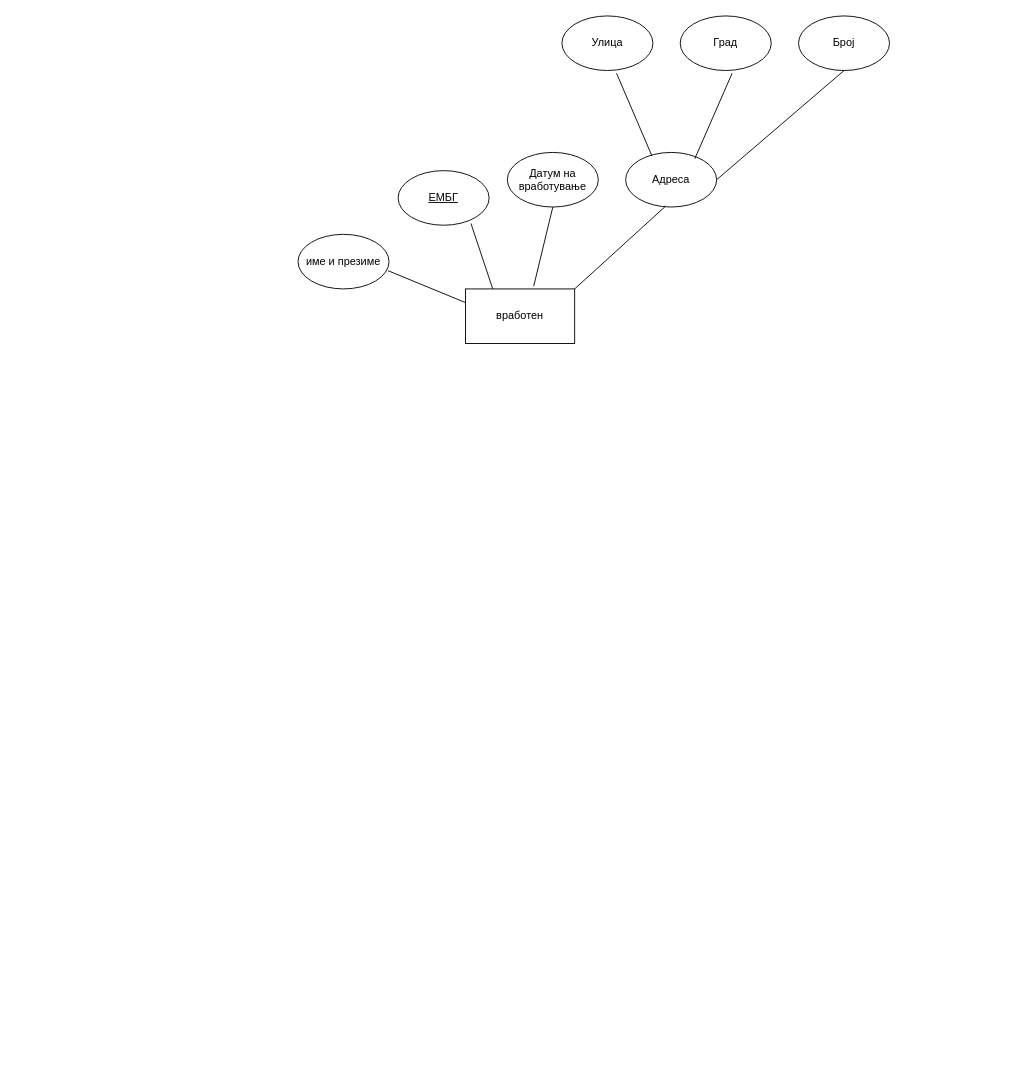
Before: aud2/potvrduvanje_utvrduvanje.drawio in davidhristov59/Databases, a draw.io diagram. Source tidied: cells renumbered, new cells numbered last; positions are measured from the earlier drawing's top-left corner, leaving out a move shared by most shapes. Both pictures are drawn from the tidied source at 91%, with x=0, y=0 at pixel (298, 15).
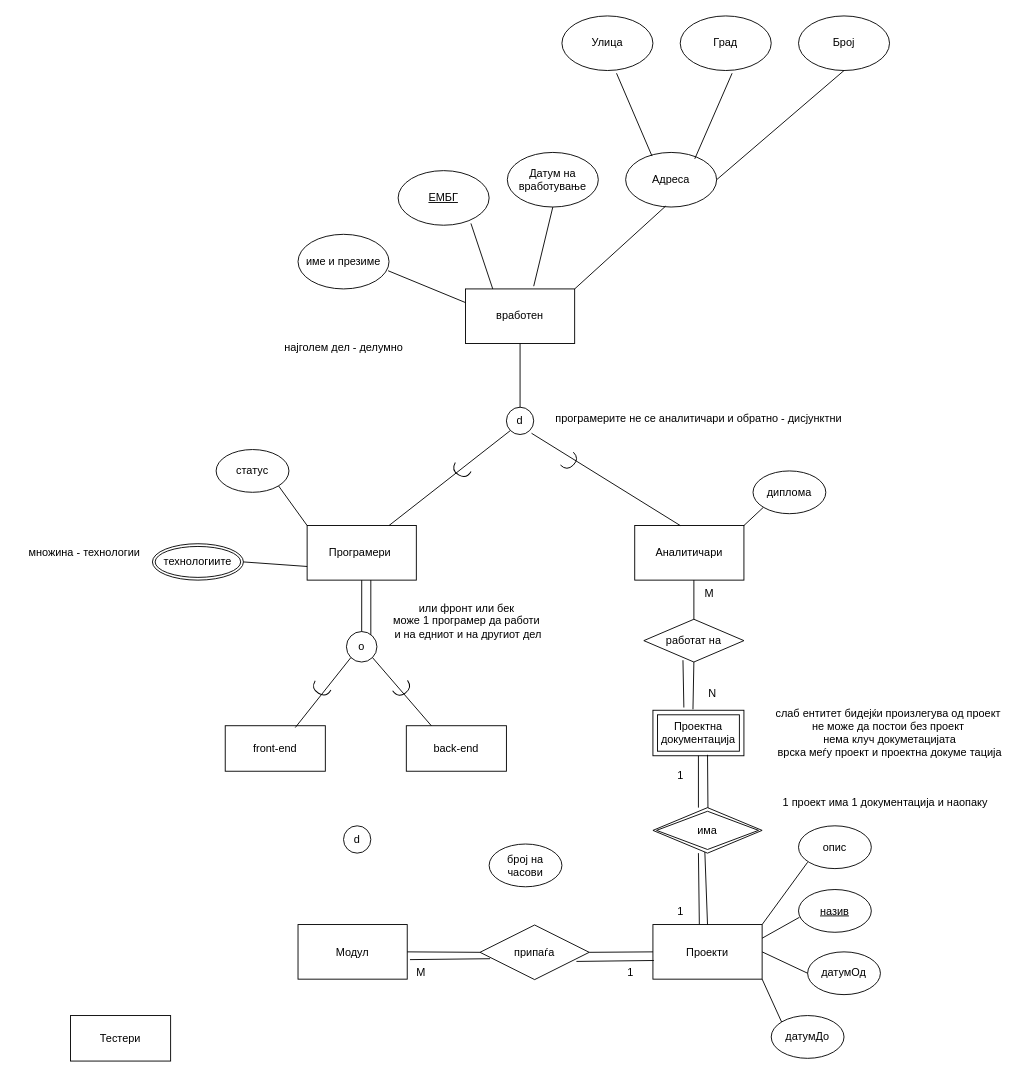
The same page after the edit.

The change refers to these unchanged cells:
```xml
<mxCell id="2" value="вработен" style="rounded=0;whiteSpace=wrap;html=1;" parent="1" vertex="1">
  <mxGeometry x="184" y="300" width="120" height="60" as="geometry" />
</mxCell>
```

The edit, as a diff of the source:
```diff
@@
+    <mxCell id="17" value="Програмери&amp;nbsp;" style="rounded=0;whiteSpace=wrap;html=1;" parent="1" vertex="1">
+      <mxGeometry x="10" y="560" width="120" height="60" as="geometry" />
+    </mxCell>
+    <mxCell id="18" value="Аналитичари" style="rounded=0;whiteSpace=wrap;html=1;" parent="1" vertex="1">
+      <mxGeometry x="370" y="560" width="120" height="60" as="geometry" />
+    </mxCell>
+    <mxCell id="19" value="d" style="ellipse;whiteSpace=wrap;html=1;" parent="1" vertex="1">
+      <mxGeometry x="229" y="430" width="30" height="30" as="geometry" />
+    </mxCell>
+    <mxCell id="20" value="Проекти" style="rounded=0;whiteSpace=wrap;html=1;" parent="1" vertex="1">
+      <mxGeometry x="390" y="998.5" width="120" height="60" as="geometry" />
+    </mxCell>
+    <mxCell id="21" value="најголем дел - делумно" style="text;html=1;align=center;verticalAlign=middle;strokeColor=none;fillColor=none;" parent="1" vertex="1">
+      <mxGeometry x="-30" y="350" width="160" height="30" as="geometry" />
+    </mxCell>
+    <mxCell id="22" style="endArrow=none;html=1;rounded=0;exitX=0.5;exitY=1;exitDx=0;exitDy=0;entryX=0.5;entryY=0;entryDx=0;entryDy=0;" parent="1" edge="1" source="2" target="19">
+      <mxGeometry relative="1" as="geometry" />
+    </mxCell>
+    <mxCell id="23" style="endArrow=none;html=1;rounded=0;exitX=0;exitY=1;exitDx=0;exitDy=0;entryX=0.75;entryY=0;entryDx=0;entryDy=0;" parent="1" edge="1" source="19" target="17">
+      <mxGeometry relative="1" as="geometry" />
+    </mxCell>
+    <mxCell id="24" style="endArrow=none;html=1;rounded=0;exitX=1;exitY=1;exitDx=0;exitDy=0;entryX=0.4;entryY=-0.05;entryDx=0;entryDy=0;entryPerimeter=0;" parent="1" edge="1">
+      <mxGeometry relative="1" as="geometry">
+        <mxPoint x="256.6" y="458.6" as="sourcePoint" />
+        <mxPoint x="420" y="560" as="targetPoint" />
+      </mxGeometry>
+    </mxCell>
+    <mxCell id="25" style="shape=requiredInterface;html=1;verticalLabelPosition=bottom;sketch=0;rotation=120;" parent="1" vertex="1">
+      <mxGeometry x="174" y="490" width="10" height="20" as="geometry" />
+    </mxCell>
+    <mxCell id="26" style="shape=requiredInterface;html=1;verticalLabelPosition=bottom;sketch=0;rotation=45;" parent="1" vertex="1">
+      <mxGeometry x="294" y="480" width="10" height="20" as="geometry" />
+    </mxCell>
+    <mxCell id="27" value="програмерите не се аналитичари и обратно - дисјунктни" style="text;html=1;align=center;verticalAlign=middle;strokeColor=none;fillColor=none;" parent="1" vertex="1">
+      <mxGeometry x="270" y="428" width="340" height="30" as="geometry" />
+    </mxCell>
+    <mxCell id="28" value="диплома" style="ellipse;whiteSpace=wrap;html=1;" parent="1" vertex="1">
+      <mxGeometry x="500" y="500" width="80" height="47" as="geometry" />
+    </mxCell>
+    <mxCell id="29" style="endArrow=none;html=1;rounded=0;exitX=0;exitY=1;exitDx=0;exitDy=0;entryX=1;entryY=0;entryDx=0;entryDy=0;" parent="1" edge="1" source="28" target="18">
+      <mxGeometry relative="1" as="geometry" />
+    </mxCell>
+    <mxCell id="30" value="статус" style="ellipse;whiteSpace=wrap;html=1;" parent="1" vertex="1">
+      <mxGeometry x="-90" y="476.5" width="80" height="47" as="geometry" />
+    </mxCell>
+    <mxCell id="31" style="endArrow=none;html=1;rounded=0;exitX=1;exitY=1;exitDx=0;exitDy=0;entryX=0;entryY=0;entryDx=0;entryDy=0;" parent="1" edge="1" source="30" target="17">
+      <mxGeometry relative="1" as="geometry" />
+    </mxCell>
+    <mxCell id="32" value="технологиите" style="ellipse;shape=doubleEllipse;margin=3;whiteSpace=wrap;html=1;align=center;" parent="1" vertex="1">
+      <mxGeometry x="-160" y="580" width="100" height="40" as="geometry" />
+    </mxCell>
+    <mxCell id="33" style="endArrow=none;html=1;rounded=0;exitX=1;exitY=0.5;exitDx=0;exitDy=0;entryX=0;entryY=0.75;entryDx=0;entryDy=0;" parent="1" edge="1" source="32" target="17">
+      <mxGeometry relative="1" as="geometry" />
+    </mxCell>
+    <mxCell id="34" value="o" style="ellipse;whiteSpace=wrap;html=1;" parent="1" vertex="1">
+      <mxGeometry x="53.2" y="676.5" width="33.5" height="33.5" as="geometry" />
+    </mxCell>
+    <mxCell id="35" value="множина - технологии" style="text;html=1;align=center;verticalAlign=middle;strokeColor=none;fillColor=none;" parent="1" vertex="1">
+      <mxGeometry x="-310" y="575" width="150" height="30" as="geometry" />
+    </mxCell>
+    <mxCell id="36" value="front-end" style="rounded=0;whiteSpace=wrap;html=1;" parent="1" vertex="1">
+      <mxGeometry x="-80" y="780" width="110" height="50" as="geometry" />
+    </mxCell>
+    <mxCell id="37" value="back-end" style="rounded=0;whiteSpace=wrap;html=1;" parent="1" vertex="1">
+      <mxGeometry x="119" y="780" width="110" height="50" as="geometry" />
+    </mxCell>
+    <mxCell id="38" style="endArrow=none;html=1;rounded=0;exitX=0.5;exitY=1;exitDx=0;exitDy=0;entryX=0.5;entryY=0;entryDx=0;entryDy=0;" parent="1" edge="1" source="17" target="34">
+      <mxGeometry relative="1" as="geometry" />
+    </mxCell>
+    <mxCell id="39" style="endArrow=none;html=1;rounded=0;exitX=0;exitY=1;exitDx=0;exitDy=0;entryX=0.7;entryY=0.04;entryDx=0;entryDy=0;entryPerimeter=0;" parent="1" edge="1" source="34" target="36">
+      <mxGeometry relative="1" as="geometry" />
+    </mxCell>
+    <mxCell id="40" style="endArrow=none;html=1;rounded=0;exitX=1;exitY=1;exitDx=0;exitDy=0;entryX=0.25;entryY=0;entryDx=0;entryDy=0;" parent="1" edge="1" source="34" target="37">
+      <mxGeometry relative="1" as="geometry" />
+    </mxCell>
+    <mxCell id="41" value="или фронт или бек&lt;div&gt;може 1 програмер да работи&lt;/div&gt;&lt;div&gt;&amp;nbsp;и на едниот и на другиот дел&lt;/div&gt;" style="text;html=1;align=center;verticalAlign=middle;strokeColor=none;fillColor=none;" parent="1" vertex="1">
+      <mxGeometry x="90" y="635" width="190" height="60" as="geometry" />
+    </mxCell>
+    <mxCell id="42" style="endArrow=none;html=1;rounded=0;" parent="1" edge="1">
+      <mxGeometry relative="1" as="geometry">
+        <mxPoint x="80" y="620" as="sourcePoint" />
+        <mxPoint x="80" y="680" as="targetPoint" />
+      </mxGeometry>
+    </mxCell>
+    <mxCell id="43" value="Тестери" style="rounded=0;whiteSpace=wrap;html=1;" parent="1" vertex="1">
+      <mxGeometry x="-250" y="1098.5" width="110" height="50" as="geometry" />
+    </mxCell>
+    <mxCell id="44" style="shape=requiredInterface;html=1;verticalLabelPosition=bottom;sketch=0;rotation=120;" parent="1" vertex="1">
+      <mxGeometry x="20" y="730" width="10" height="20" as="geometry" />
+    </mxCell>
+    <mxCell id="45" style="shape=requiredInterface;html=1;verticalLabelPosition=bottom;sketch=0;rotation=55;" parent="1" vertex="1">
+      <mxGeometry x="110" y="730" width="10" height="20" as="geometry" />
+    </mxCell>
+    <mxCell id="46" value="d" style="ellipse;whiteSpace=wrap;html=1;" parent="1" vertex="1">
+      <mxGeometry x="50" y="890" width="30" height="30" as="geometry" />
+    </mxCell>
+    <mxCell id="47" value="опис" style="ellipse;whiteSpace=wrap;html=1;" parent="1" vertex="1">
+      <mxGeometry x="550" y="890" width="80" height="47" as="geometry" />
+    </mxCell>
+    <mxCell id="48" value="&lt;u&gt;назив&lt;/u&gt;" style="ellipse;whiteSpace=wrap;html=1;" parent="1" vertex="1">
+      <mxGeometry x="550" y="960" width="80" height="47" as="geometry" />
+    </mxCell>
+    <mxCell id="49" value="датумОд" style="ellipse;whiteSpace=wrap;html=1;" parent="1" vertex="1">
+      <mxGeometry x="560" y="1028.5" width="80" height="47" as="geometry" />
+    </mxCell>
+    <mxCell id="50" value="датумДо" style="ellipse;whiteSpace=wrap;html=1;" parent="1" vertex="1">
+      <mxGeometry x="520" y="1098.5" width="80" height="47" as="geometry" />
+    </mxCell>
+    <mxCell id="51" style="endArrow=none;html=1;rounded=0;exitX=1;exitY=0;exitDx=0;exitDy=0;" parent="1" edge="1" source="20">
+      <mxGeometry relative="1" as="geometry">
+        <mxPoint x="560" y="930" as="targetPoint" />
+      </mxGeometry>
+    </mxCell>
+    <mxCell id="52" style="endArrow=none;html=1;rounded=0;exitX=1;exitY=0.25;exitDx=0;exitDy=0;entryX=0.013;entryY=0.649;entryDx=0;entryDy=0;entryPerimeter=0;" parent="1" edge="1" source="20" target="48">
+      <mxGeometry relative="1" as="geometry" />
+    </mxCell>
+    <mxCell id="53" style="endArrow=none;html=1;rounded=0;exitX=1;exitY=0.5;exitDx=0;exitDy=0;entryX=0;entryY=0.5;entryDx=0;entryDy=0;" parent="1" edge="1" source="20" target="49">
+      <mxGeometry relative="1" as="geometry" />
+    </mxCell>
+    <mxCell id="54" style="endArrow=none;html=1;rounded=0;exitX=1;exitY=1;exitDx=0;exitDy=0;entryX=0;entryY=0;entryDx=0;entryDy=0;" parent="1" edge="1" source="20" target="50">
+      <mxGeometry relative="1" as="geometry" />
+    </mxCell>
+    <mxCell id="55" value="Проектна документација" style="shape=ext;margin=3;double=1;whiteSpace=wrap;html=1;align=center;" parent="1" vertex="1">
+      <mxGeometry x="390" y="763" width="100" height="50" as="geometry" />
+    </mxCell>
+    <mxCell id="56" value="слаб ентитет бидејќи произлегува од проект&amp;nbsp;&lt;div&gt;не може да постои без проект&amp;nbsp;&lt;/div&gt;&lt;div&gt;нема клуч докуметацијата&lt;/div&gt;&lt;div&gt;врска меѓу проект и проектна докуме тација&lt;/div&gt;" style="text;html=1;align=center;verticalAlign=middle;strokeColor=none;fillColor=none;" parent="1" vertex="1">
+      <mxGeometry x="510" y="753" width="280" height="70" as="geometry" />
+    </mxCell>
+    <mxCell id="57" style="endArrow=none;html=1;rounded=0;exitX=0.5;exitY=1;exitDx=0;exitDy=0;entryX=0.5;entryY=0;entryDx=0;entryDy=0;" parent="1" edge="1" source="55">
+      <mxGeometry relative="1" as="geometry">
+        <mxPoint x="440" y="870" as="targetPoint" />
+      </mxGeometry>
+    </mxCell>
+    <mxCell id="58" style="endArrow=none;html=1;rounded=0;exitX=0.5;exitY=1;exitDx=0;exitDy=0;entryX=0.425;entryY=-0.008;entryDx=0;entryDy=0;entryPerimeter=0;" parent="1" edge="1" target="20">
+      <mxGeometry relative="1" as="geometry">
+        <mxPoint x="440" y="920" as="sourcePoint" />
+      </mxGeometry>
+    </mxCell>
+    <mxCell id="59" style="endArrow=none;html=1;rounded=0;entryX=0.5;entryY=0;entryDx=0;entryDy=0;exitX=0.6;exitY=0.98;exitDx=0;exitDy=0;exitPerimeter=0;" parent="1" edge="1" source="55">
+      <mxGeometry relative="1" as="geometry">
+        <mxPoint x="450.5" y="874.2" as="targetPoint" />
+      </mxGeometry>
+    </mxCell>
+    <mxCell id="60" style="endArrow=none;html=1;rounded=0;entryX=0.5;entryY=0;entryDx=0;entryDy=0;exitX=0.57;exitY=0.94;exitDx=0;exitDy=0;exitPerimeter=0;" parent="1" edge="1" target="20">
+      <mxGeometry relative="1" as="geometry">
+        <mxPoint x="447" y="917" as="sourcePoint" />
+      </mxGeometry>
+    </mxCell>
+    <mxCell id="61" value="има" style="shape=rhombus;double=1;perimeter=rhombusPerimeter;whiteSpace=wrap;html=1;align=center;" parent="1" vertex="1">
+      <mxGeometry x="390" y="870" width="120" height="50" as="geometry" />
+    </mxCell>
+    <mxCell id="62" value="1" style="text;html=1;align=center;verticalAlign=middle;strokeColor=none;fillColor=none;" parent="1" vertex="1">
+      <mxGeometry x="405" y="820" width="30" height="30" as="geometry" />
+    </mxCell>
+    <mxCell id="63" value="1" style="text;html=1;align=center;verticalAlign=middle;strokeColor=none;fillColor=none;" parent="1" vertex="1">
+      <mxGeometry x="405" y="968.5" width="30" height="30" as="geometry" />
+    </mxCell>
+    <mxCell id="64" value="1 проект има 1 документација и наопаку" style="text;html=1;align=center;verticalAlign=middle;strokeColor=none;fillColor=none;" parent="1" vertex="1">
+      <mxGeometry x="520" y="850" width="250" height="30" as="geometry" />
+    </mxCell>
+    <mxCell id="65" value="работат на" style="shape=rhombus;perimeter=rhombusPerimeter;whiteSpace=wrap;html=1;align=center;" parent="1" vertex="1">
+      <mxGeometry x="380" y="663" width="110" height="47" as="geometry" />
+    </mxCell>
+    <mxCell id="66" style="endArrow=none;html=1;rounded=0;entryX=0.5;entryY=0;entryDx=0;entryDy=0;" parent="1" edge="1" target="65">
+      <mxGeometry relative="1" as="geometry">
+        <mxPoint x="435" y="620" as="sourcePoint" />
+      </mxGeometry>
+    </mxCell>
+    <mxCell id="67" style="endArrow=none;html=1;rounded=0;entryX=0.44;entryY=-0.02;entryDx=0;entryDy=0;exitX=0.5;exitY=1;exitDx=0;exitDy=0;entryPerimeter=0;" parent="1" edge="1" source="65" target="55">
+      <mxGeometry relative="1" as="geometry" />
+    </mxCell>
+    <mxCell id="68" value="&amp;nbsp;M" style="text;html=1;align=center;verticalAlign=middle;strokeColor=none;fillColor=none;" parent="1" vertex="1">
+      <mxGeometry x="430" y="620" width="40" height="30" as="geometry" />
+    </mxCell>
+    <mxCell id="69" value="N" style="text;html=1;align=center;verticalAlign=middle;strokeColor=none;fillColor=none;" parent="1" vertex="1">
+      <mxGeometry x="440" y="730" width="30" height="30" as="geometry" />
+    </mxCell>
+    <mxCell id="70" style="endArrow=none;html=1;rounded=0;" parent="1" edge="1">
+      <mxGeometry relative="1" as="geometry">
+        <mxPoint x="423" y="708" as="sourcePoint" />
+        <mxPoint x="424" y="760" as="targetPoint" />
+      </mxGeometry>
+    </mxCell>
+    <mxCell id="71" value="Модул" style="rounded=0;whiteSpace=wrap;html=1;" parent="1" vertex="1">
+      <mxGeometry y="998.5" width="120" height="60" as="geometry" />
+    </mxCell>
+    <mxCell id="72" value="припаѓа" style="shape=rhombus;perimeter=rhombusPerimeter;whiteSpace=wrap;html=1;align=center;" parent="1" vertex="1">
+      <mxGeometry x="200" y="999" width="120" height="60" as="geometry" />
+    </mxCell>
+    <mxCell id="73" style="endArrow=none;html=1;rounded=0;exitX=1;exitY=0.5;exitDx=0;exitDy=0;entryX=0;entryY=0.5;entryDx=0;entryDy=0;" parent="1" edge="1" source="72" target="20">
+      <mxGeometry relative="1" as="geometry" />
+    </mxCell>
+    <mxCell id="74" style="endArrow=none;html=1;rounded=0;exitX=1;exitY=0.5;exitDx=0;exitDy=0;entryX=0;entryY=0.5;entryDx=0;entryDy=0;" parent="1" edge="1" source="71" target="72">
+      <mxGeometry relative="1" as="geometry" />
+    </mxCell>
+    <mxCell id="75" value="број на часови" style="ellipse;whiteSpace=wrap;html=1;" parent="1" vertex="1">
+      <mxGeometry x="210" y="910" width="80" height="47" as="geometry" />
+    </mxCell>
+    <mxCell id="76" style="endArrow=none;html=1;rounded=0;exitX=1.025;exitY=0.642;exitDx=0;exitDy=0;entryX=0.092;entryY=0.617;entryDx=0;entryDy=0;exitPerimeter=0;entryPerimeter=0;" parent="1" edge="1" source="71" target="72">
+      <mxGeometry relative="1" as="geometry" />
+    </mxCell>
+    <mxCell id="77" style="endArrow=none;html=1;rounded=0;exitX=0.883;exitY=0.667;exitDx=0;exitDy=0;entryX=0.008;entryY=0.658;entryDx=0;entryDy=0;exitPerimeter=0;entryPerimeter=0;" parent="1" edge="1" source="72" target="20">
+      <mxGeometry relative="1" as="geometry" />
+    </mxCell>
+    <mxCell id="78" value="М" style="text;html=1;align=center;verticalAlign=middle;strokeColor=none;fillColor=none;" parent="1" vertex="1">
+      <mxGeometry x="120" y="1037" width="30" height="30" as="geometry" />
+    </mxCell>
+    <mxCell id="79" value="1" style="text;html=1;align=center;verticalAlign=middle;strokeColor=none;fillColor=none;" parent="1" vertex="1">
+      <mxGeometry x="350" y="1037" width="30" height="30" as="geometry" />
+    </mxCell>
```
